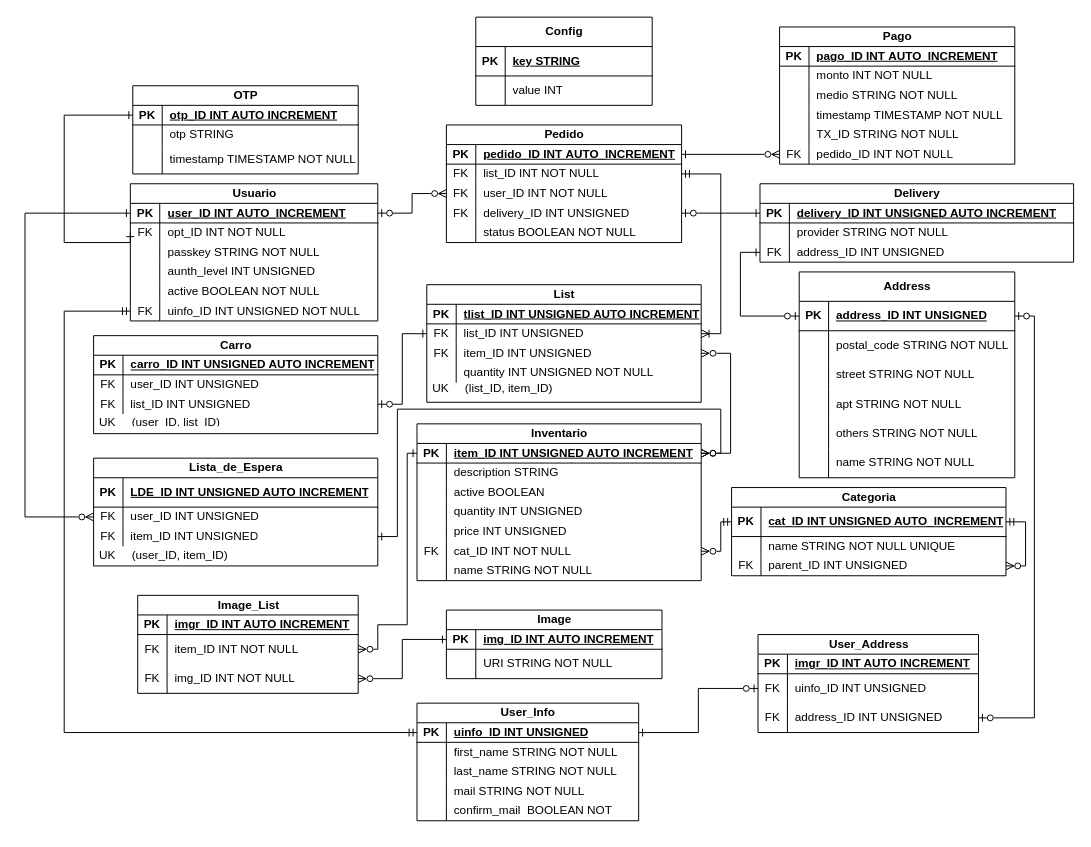
The draw.io diagram back/src/main/java/com/uade/entity/EsquemaDB.drawio in nadie209x33/Marketplace, before the edit. Source tidied: cells renumbered, new cells numbered last; positions are measured from the earlier drawing's top-left corner, leaving out a move shared by most shapes. Both pictures are drawn from the tidied source at 98%, with x=0, y=0 at pixel (24, 17).
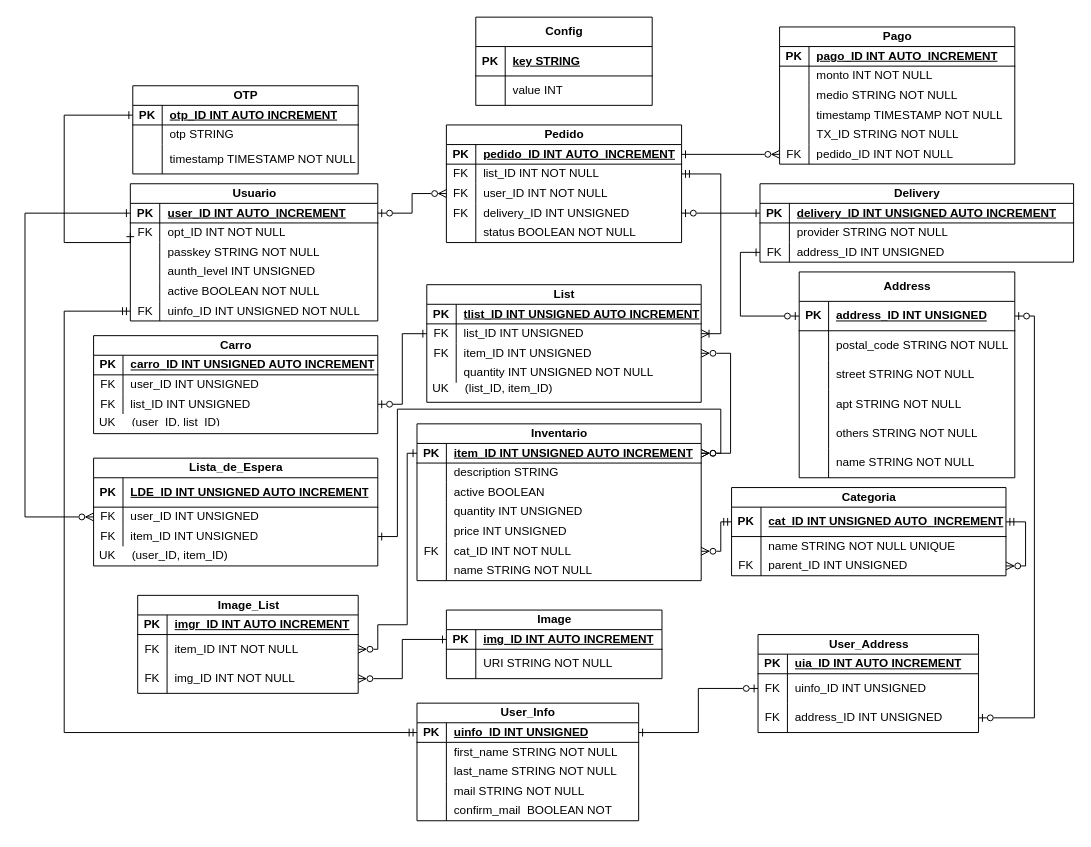
The same diagram, later.

Commit message:
Actializacion del equema de la base de datos

The change refers to these unchanged cells:
```xml
<mxCell id="221" style="shape=tableRow;horizontal=0;startSize=0;swimlaneHead=0;swimlaneBody=0;fillColor=none;top=0;left=0;right=0;bottom=1;" parent="220" vertex="1">
  <mxGeometry y="20" width="225" height="20" as="geometry" />
</mxCell>
```

Change to the diagram source:
```diff
@@
-    <mxCell id="223" value="imgr_ID INT AUTO INCREMENT" style="shape=partialRectangle;fillColor=none;top=0;left=0;bottom=0;right=0;align=left;spacingLeft=6;fontStyle=5;overflow=hidden;whiteSpace=wrap;html=1;" parent="221" vertex="1">
+    <mxCell id="223" value="uia_ID INT AUTO INCREMENT" style="shape=partialRectangle;fillColor=none;top=0;left=0;bottom=0;right=0;align=left;spacingLeft=6;fontStyle=5;overflow=hidden;whiteSpace=wrap;html=1;" parent="221" vertex="1">
       <mxGeometry x="30" width="195" height="20" as="geometry" />
     </mxCell>
```
